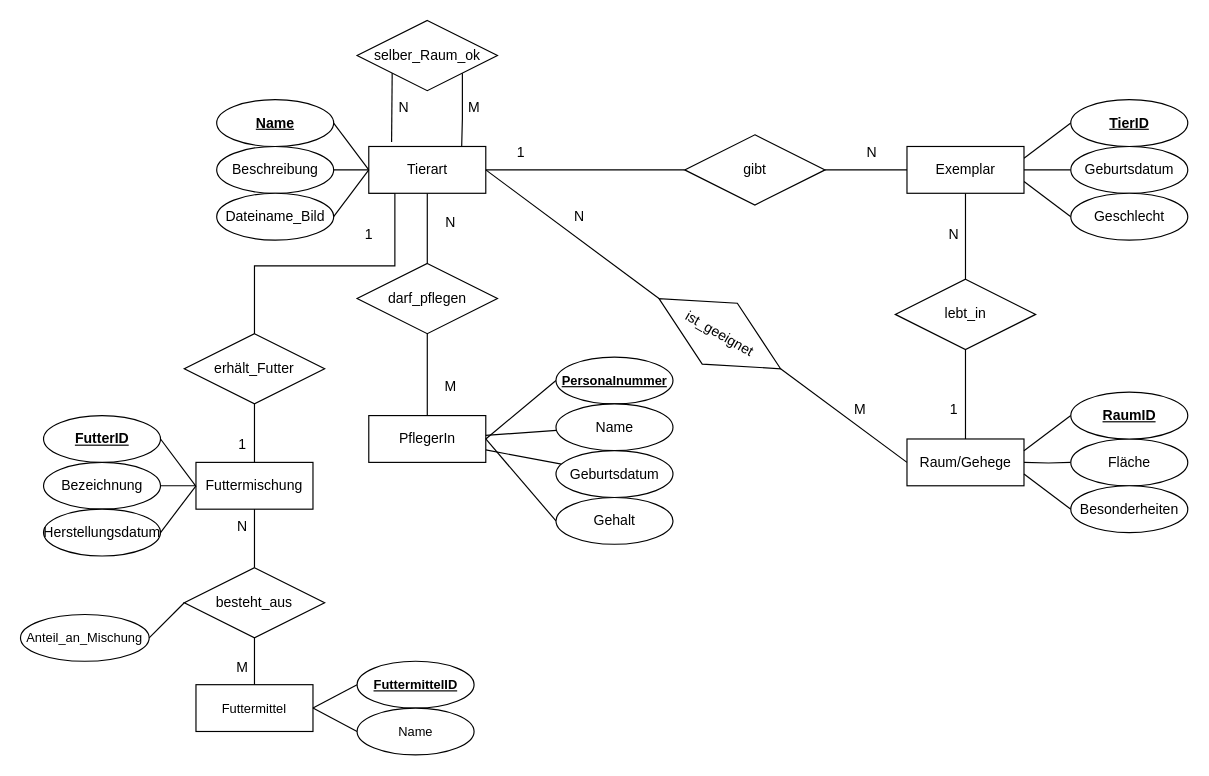
Earlier version of the draw.io diagram Datenbanksysteme/Übung/UE01/UE01_05_DEM1.drawio (klemensdanner/ObsiGit). Source tidied: cells renumbered, new cells numbered last; positions are measured from the earlier drawing's top-left corner, leaving out a move shared by most shapes. Both pictures are drawn from the tidied source at 117%, with x=0, y=0 at pixel (20, 20).
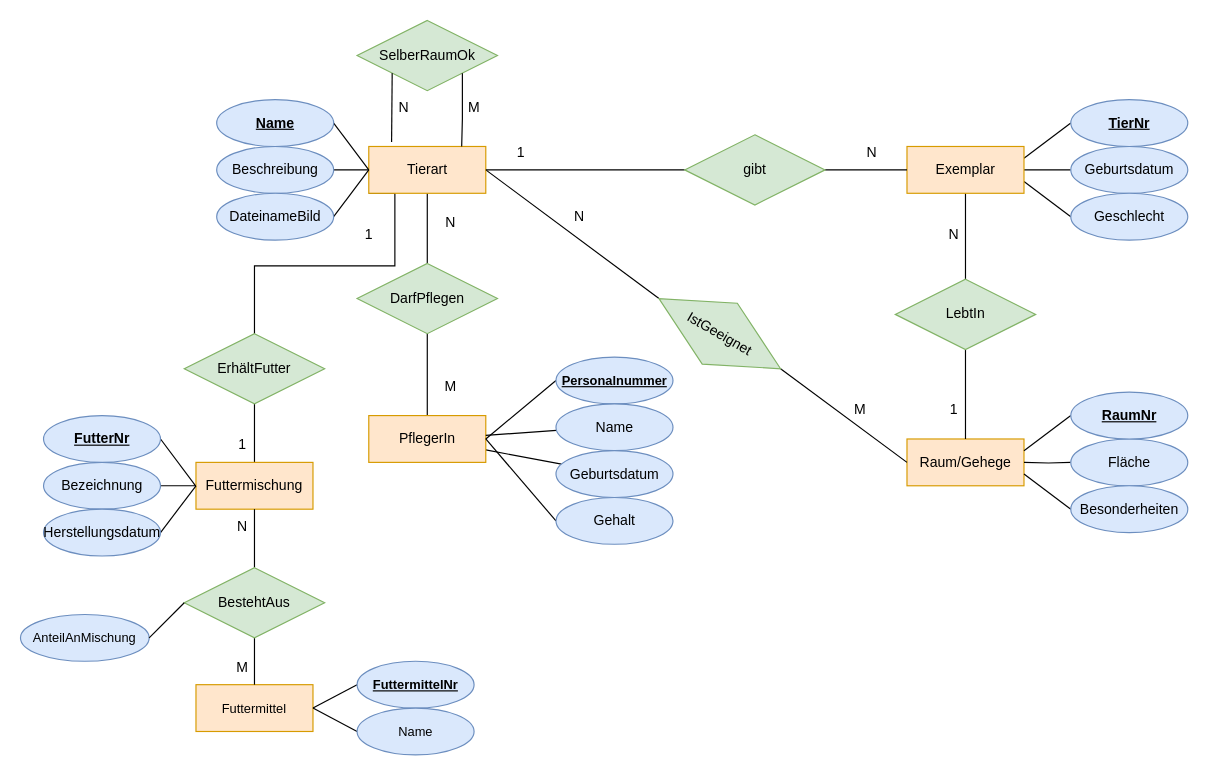
After the change.

Change to the diagram source:
```diff
@@
-    <mxCell id="5" value="Tierart" style="whiteSpace=wrap;html=1;align=center;" parent="1" vertex="1">
+    <mxCell id="5" value="Tierart" style="whiteSpace=wrap;html=1;align=center;fillColor=#ffe6cc;strokeColor=#d79b00;" parent="1" vertex="1">
       <mxGeometry x="297.7" y="107.7" width="100" height="40" as="geometry" />
     </mxCell>
@@
-    <mxCell id="7" value="Beschreibung" style="ellipse;whiteSpace=wrap;align=center;" parent="1" vertex="1">
+    <mxCell id="7" value="Beschreibung" style="ellipse;whiteSpace=wrap;align=center;fillColor=#dae8fc;strokeColor=#6c8ebf;" parent="1" vertex="1">
       <mxGeometry x="167.7" y="107.7" width="100" height="40" as="geometry" />
     </mxCell>
@@
-    <mxCell id="9" value="Dateiname_Bild" style="ellipse;whiteSpace=wrap;align=center;" parent="1" vertex="1">
+    <mxCell id="9" value="DateinameBild" style="ellipse;whiteSpace=wrap;align=center;fillColor=#dae8fc;strokeColor=#6c8ebf;" parent="1" vertex="1">
       <mxGeometry x="167.7" y="147.7" width="100" height="40" as="geometry" />
     </mxCell>
@@
-    <mxCell id="11" value="darf_pflegen" style="shape=rhombus;double=0;perimeter=rhombusPerimeter;whiteSpace=wrap;align=center;html=1;" parent="1" vertex="1">
+    <mxCell id="11" value="DarfPflegen" style="shape=rhombus;double=0;perimeter=rhombusPerimeter;whiteSpace=wrap;align=center;html=1;fillColor=#d5e8d4;strokeColor=#82b366;" parent="1" vertex="1">
       <mxGeometry x="287.7" y="207.7" width="120" height="60" as="geometry" />
     </mxCell>
@@
-    <mxCell id="13" value="PflegerIn" style="whiteSpace=wrap;html=1;align=center;" parent="1" vertex="1">
+    <mxCell id="13" value="PflegerIn" style="whiteSpace=wrap;html=1;align=center;fillColor=#ffe6cc;strokeColor=#d79b00;" parent="1" vertex="1">
       <mxGeometry x="297.7" y="337.7" width="100" height="40" as="geometry" />
     </mxCell>
@@
-    <mxCell id="15" value="Personalnummer" style="ellipse;whiteSpace=wrap;align=center;fontStyle=5;fontSize=11;" parent="1" vertex="1">
+    <mxCell id="15" value="Personalnummer" style="ellipse;whiteSpace=wrap;align=center;fontStyle=5;fontSize=11;fillColor=#dae8fc;strokeColor=#6c8ebf;" parent="1" vertex="1">
       <mxGeometry x="457.7" y="287.7" width="100" height="40" as="geometry" />
     </mxCell>
@@
-    <mxCell id="17" value="Name" style="ellipse;whiteSpace=wrap;align=center;" parent="1" vertex="1">
+    <mxCell id="17" value="Name" style="ellipse;whiteSpace=wrap;align=center;fillColor=#dae8fc;strokeColor=#6c8ebf;" parent="1" vertex="1">
       <mxGeometry x="457.7" y="327.7" width="100" height="40" as="geometry" />
     </mxCell>
-    <mxCell id="18" value="Geburtsdatum" style="ellipse;whiteSpace=wrap;align=center;" parent="1" vertex="1">
+    <mxCell id="18" value="Geburtsdatum" style="ellipse;whiteSpace=wrap;align=center;fillColor=#dae8fc;strokeColor=#6c8ebf;" parent="1" vertex="1">
       <mxGeometry x="457.7" y="367.7" width="100" height="40" as="geometry" />
     </mxCell>
@@
-    <mxCell id="20" value="Gehalt" style="ellipse;whiteSpace=wrap;align=center;" parent="1" vertex="1">
+    <mxCell id="20" value="Gehalt" style="ellipse;whiteSpace=wrap;align=center;fillColor=#dae8fc;strokeColor=#6c8ebf;" parent="1" vertex="1">
       <mxGeometry x="457.7" y="407.7" width="100" height="40" as="geometry" />
     </mxCell>
@@
-    <mxCell id="24" value="Name" style="ellipse;whiteSpace=wrap;align=center;fontStyle=5;" parent="1" vertex="1">
+    <mxCell id="24" value="Name" style="ellipse;whiteSpace=wrap;align=center;fontStyle=5;fillColor=#dae8fc;strokeColor=#6c8ebf;" parent="1" vertex="1">
       <mxGeometry x="167.7" y="67.7" width="100" height="40" as="geometry" />
     </mxCell>
@@
-    <mxCell id="29" value="Exemplar" style="whiteSpace=wrap;html=1;align=center;" parent="1" vertex="1">
+    <mxCell id="29" value="Exemplar" style="whiteSpace=wrap;html=1;align=center;fillColor=#ffe6cc;strokeColor=#d79b00;" parent="1" vertex="1">
       <mxGeometry x="757.7" y="107.7" width="100" height="40" as="geometry" />
     </mxCell>
-    <mxCell id="30" value="Geburtsdatum" style="ellipse;whiteSpace=wrap;align=center;" parent="1" vertex="1">
+    <mxCell id="30" value="Geburtsdatum" style="ellipse;whiteSpace=wrap;align=center;fillColor=#dae8fc;strokeColor=#6c8ebf;" parent="1" vertex="1">
       <mxGeometry x="897.7" y="107.7" width="100" height="40" as="geometry" />
     </mxCell>
-    <mxCell id="31" value="TierID" style="ellipse;whiteSpace=wrap;align=center;fontStyle=5;" parent="1" vertex="1">
+    <mxCell id="31" value="TierNr" style="ellipse;whiteSpace=wrap;align=center;fontStyle=5;fillColor=#dae8fc;strokeColor=#6c8ebf;" parent="1" vertex="1">
       <mxGeometry x="897.7" y="67.7" width="100" height="40" as="geometry" />
     </mxCell>
-    <mxCell id="32" value="Geschlecht" style="ellipse;whiteSpace=wrap;align=center;fontStyle=0;" parent="1" vertex="1">
+    <mxCell id="32" value="Geschlecht" style="ellipse;whiteSpace=wrap;align=center;fontStyle=0;fillColor=#dae8fc;strokeColor=#6c8ebf;" parent="1" vertex="1">
       <mxGeometry x="897.7" y="147.7" width="100" height="40" as="geometry" />
     </mxCell>
-    <mxCell id="33" value="Raum/Gehege" style="whiteSpace=wrap;html=1;align=center;" parent="1" vertex="1">
+    <mxCell id="33" value="Raum/Gehege" style="whiteSpace=wrap;html=1;align=center;fillColor=#ffe6cc;strokeColor=#d79b00;" parent="1" vertex="1">
       <mxGeometry x="757.7" y="357.7" width="100" height="40" as="geometry" />
     </mxCell>
@@
-    <mxCell id="36" value="gibt" style="shape=rhombus;double=0;perimeter=rhombusPerimeter;whiteSpace=wrap;align=center;html=1;" parent="1" vertex="1">
+    <mxCell id="36" value="gibt" style="shape=rhombus;double=0;perimeter=rhombusPerimeter;whiteSpace=wrap;align=center;html=1;fillColor=#d5e8d4;strokeColor=#82b366;" parent="1" vertex="1">
       <mxGeometry x="567.7" y="97.7" width="120" height="60" as="geometry" />
     </mxCell>
@@
-    <mxCell id="38" value="lebt_in" style="shape=rhombus;double=0;perimeter=rhombusPerimeter;whiteSpace=wrap;align=center;html=1;" parent="1" vertex="1">
+    <mxCell id="38" value="LebtIn" style="shape=rhombus;double=0;perimeter=rhombusPerimeter;whiteSpace=wrap;align=center;html=1;fillColor=#d5e8d4;strokeColor=#82b366;" parent="1" vertex="1">
       <mxGeometry x="747.7" y="221.2" width="120" height="60" as="geometry" />
     </mxCell>
@@
-    <mxCell id="42" value="Fläche" style="ellipse;whiteSpace=wrap;align=center;" parent="1" vertex="1">
+    <mxCell id="42" value="Fläche" style="ellipse;whiteSpace=wrap;align=center;fillColor=#dae8fc;strokeColor=#6c8ebf;" parent="1" vertex="1">
       <mxGeometry x="897.7" y="357.7" width="100" height="40" as="geometry" />
     </mxCell>
-    <mxCell id="43" value="RaumID" style="ellipse;whiteSpace=wrap;align=center;fontStyle=5;" parent="1" vertex="1">
+    <mxCell id="43" value="RaumNr" style="ellipse;whiteSpace=wrap;align=center;fontStyle=5;fillColor=#dae8fc;strokeColor=#6c8ebf;" parent="1" vertex="1">
       <mxGeometry x="897.7" y="317.7" width="100" height="40" as="geometry" />
     </mxCell>
-    <mxCell id="44" value="Besonderheiten" style="ellipse;whiteSpace=wrap;align=center;fontStyle=0;" parent="1" vertex="1">
+    <mxCell id="44" value="Besonderheiten" style="ellipse;whiteSpace=wrap;align=center;fontStyle=0;fillColor=#dae8fc;strokeColor=#6c8ebf;" parent="1" vertex="1">
       <mxGeometry x="897.7" y="397.7" width="100" height="40" as="geometry" />
     </mxCell>
@@
-    <mxCell id="49" value="selber_Raum_ok" style="shape=rhombus;double=0;perimeter=rhombusPerimeter;whiteSpace=wrap;align=center;html=1;" parent="1" vertex="1">
+    <mxCell id="49" value="SelberRaumOk" style="shape=rhombus;double=0;perimeter=rhombusPerimeter;whiteSpace=wrap;align=center;html=1;fillColor=#d5e8d4;strokeColor=#82b366;" parent="1" vertex="1">
       <mxGeometry x="287.7" width="120" height="60" as="geometry" />
     </mxCell>
@@
-    <mxCell id="55" value="ist_geeignet" style="shape=rhombus;double=0;perimeter=rhombusPerimeter;whiteSpace=wrap;align=center;html=1;rotation=30;" parent="1" vertex="1">
+    <mxCell id="55" value="IstGeeignet" style="shape=rhombus;double=0;perimeter=rhombusPerimeter;whiteSpace=wrap;align=center;html=1;rotation=30;fillColor=#d5e8d4;strokeColor=#82b366;" parent="1" vertex="1">
       <mxGeometry x="537.7" y="237.7" width="120" height="60" as="geometry" />
     </mxCell>
@@
-    <mxCell id="59" value="erhält_Futter" style="shape=rhombus;double=0;perimeter=rhombusPerimeter;whiteSpace=wrap;align=center;html=1;" parent="1" vertex="1">
+    <mxCell id="59" value="ErhältFutter" style="shape=rhombus;double=0;perimeter=rhombusPerimeter;whiteSpace=wrap;align=center;html=1;fillColor=#d5e8d4;strokeColor=#82b366;" parent="1" vertex="1">
       <mxGeometry x="140" y="267.7" width="120" height="60" as="geometry" />
     </mxCell>
-    <mxCell id="60" value="Futtermischung" style="whiteSpace=wrap;html=1;align=center;" parent="1" vertex="1">
+    <mxCell id="60" value="Futtermischung" style="whiteSpace=wrap;html=1;align=center;fillColor=#ffe6cc;strokeColor=#d79b00;" parent="1" vertex="1">
       <mxGeometry x="150" y="377.7" width="100" height="40" as="geometry" />
     </mxCell>
@@
-    <mxCell id="62" value="Bezeichnung" style="ellipse;whiteSpace=wrap;align=center;" parent="1" vertex="1">
+    <mxCell id="62" value="Bezeichnung" style="ellipse;whiteSpace=wrap;align=center;fillColor=#dae8fc;strokeColor=#6c8ebf;" parent="1" vertex="1">
       <mxGeometry x="19.7" y="377.7" width="100" height="40" as="geometry" />
     </mxCell>
@@
-    <mxCell id="64" value="FutterID" style="ellipse;whiteSpace=wrap;align=center;fontStyle=5;" parent="1" vertex="1">
+    <mxCell id="64" value="FutterNr" style="ellipse;whiteSpace=wrap;align=center;fontStyle=5;fillColor=#dae8fc;strokeColor=#6c8ebf;" parent="1" vertex="1">
       <mxGeometry x="19.7" y="337.7" width="100" height="40" as="geometry" />
     </mxCell>
-    <mxCell id="65" value="Futtermittel" style="whiteSpace=wrap;html=1;align=center;fontFamily=Helvetica;fontSize=11;fontColor=default;labelBackgroundColor=default;" parent="1" vertex="1">
+    <mxCell id="65" value="Futtermittel" style="whiteSpace=wrap;html=1;align=center;fontFamily=Helvetica;fontSize=11;labelBackgroundColor=none;fillColor=#ffe6cc;strokeColor=#d79b00;" parent="1" vertex="1">
       <mxGeometry x="150" y="567.7" width="100" height="40" as="geometry" />
     </mxCell>
@@
-    <mxCell id="68" value="besteht_aus" style="shape=rhombus;double=0;perimeter=rhombusPerimeter;whiteSpace=wrap;align=center;html=1;" parent="1" vertex="1">
+    <mxCell id="68" value="BestehtAus" style="shape=rhombus;double=0;perimeter=rhombusPerimeter;whiteSpace=wrap;align=center;html=1;fillColor=#d5e8d4;strokeColor=#82b366;" parent="1" vertex="1">
       <mxGeometry x="140" y="467.7" width="120" height="60" as="geometry" />
     </mxCell>
@@
-    <mxCell id="70" value="Herstellungsdatum" style="ellipse;whiteSpace=wrap;align=center;" parent="1" vertex="1">
+    <mxCell id="70" value="Herstellungsdatum" style="ellipse;whiteSpace=wrap;align=center;fillColor=#dae8fc;strokeColor=#6c8ebf;" parent="1" vertex="1">
       <mxGeometry x="19.7" y="417.7" width="100" height="40" as="geometry" />
     </mxCell>
-    <mxCell id="71" style="shape=connector;rounded=0;jettySize=auto;html=1;exitX=0;exitY=0.5;exitDx=0;exitDy=0;entryX=1;entryY=0.5;entryDx=0;entryDy=0;strokeColor=default;align=center;verticalAlign=middle;fontFamily=Helvetica;fontSize=11;fontColor=default;labelBackgroundColor=default;endArrow=none;endFill=0;" parent="1" edge="1" source="72" target="65">
+    <mxCell id="71" style="shape=connector;rounded=0;jettySize=auto;html=1;exitX=0;exitY=0.5;exitDx=0;exitDy=0;entryX=1;entryY=0.5;entryDx=0;entryDy=0;strokeColor=default;align=center;verticalAlign=middle;fontFamily=Helvetica;fontSize=11;fontColor=default;labelBackgroundColor=none;endArrow=none;endFill=0;" parent="1" edge="1" source="72" target="65">
       <mxGeometry relative="1" as="geometry" />
     </mxCell>
-    <mxCell id="72" value="FuttermittelID" style="ellipse;whiteSpace=wrap;align=center;fontFamily=Helvetica;fontSize=11;fontColor=default;labelBackgroundColor=default;fontStyle=5;" parent="1" vertex="1">
+    <mxCell id="72" value="FuttermittelNr" style="ellipse;whiteSpace=wrap;align=center;fontFamily=Helvetica;fontSize=11;labelBackgroundColor=none;fontStyle=5;fillColor=#dae8fc;strokeColor=#6c8ebf;" parent="1" vertex="1">
       <mxGeometry x="287.7" y="547.7" width="100" height="40" as="geometry" />
     </mxCell>
-    <mxCell id="73" style="shape=connector;rounded=0;jettySize=auto;html=1;exitX=0;exitY=0.5;exitDx=0;exitDy=0;entryX=1;entryY=0.5;entryDx=0;entryDy=0;strokeColor=default;align=center;verticalAlign=middle;fontFamily=Helvetica;fontSize=11;fontColor=default;labelBackgroundColor=default;endArrow=none;endFill=0;" parent="1" edge="1" source="74" target="65">
+    <mxCell id="73" style="shape=connector;rounded=0;jettySize=auto;html=1;exitX=0;exitY=0.5;exitDx=0;exitDy=0;entryX=1;entryY=0.5;entryDx=0;entryDy=0;strokeColor=default;align=center;verticalAlign=middle;fontFamily=Helvetica;fontSize=11;fontColor=default;labelBackgroundColor=none;endArrow=none;endFill=0;" parent="1" edge="1" source="74" target="65">
       <mxGeometry relative="1" as="geometry" />
     </mxCell>
-    <mxCell id="74" value="Name" style="ellipse;whiteSpace=wrap;align=center;fontFamily=Helvetica;fontSize=11;fontColor=default;labelBackgroundColor=default;" parent="1" vertex="1">
+    <mxCell id="74" value="Name" style="ellipse;whiteSpace=wrap;align=center;fontFamily=Helvetica;fontSize=11;labelBackgroundColor=none;fillColor=#dae8fc;strokeColor=#6c8ebf;" parent="1" vertex="1">
       <mxGeometry x="287.7" y="587.7" width="100" height="40" as="geometry" />
     </mxCell>
@@
-    <mxCell id="78" value="M" style="text;html=1;whiteSpace=wrap;strokeColor=none;fillColor=none;align=center;verticalAlign=middle;rounded=0;" parent="1" vertex="1">
+    <mxCell id="78" value="M" style="text;html=1;whiteSpace=wrap;strokeColor=none;fillColor=none;align=center;verticalAlign=middle;rounded=0;labelBackgroundColor=none;" parent="1" vertex="1">
       <mxGeometry x="160" y="537.7" width="60" height="30" as="geometry" />
     </mxCell>
-    <mxCell id="79" value="Anteil_an_Mischung" style="ellipse;whiteSpace=wrap;align=center;fontFamily=Helvetica;fontSize=11;fontColor=default;labelBackgroundColor=default;" parent="1" vertex="1">
+    <mxCell id="79" value="AnteilAnMischung" style="ellipse;whiteSpace=wrap;align=center;fontFamily=Helvetica;fontSize=11;labelBackgroundColor=none;fillColor=#dae8fc;strokeColor=#6c8ebf;" parent="1" vertex="1">
       <mxGeometry y="507.7" width="110" height="40" as="geometry" />
     </mxCell>
```
